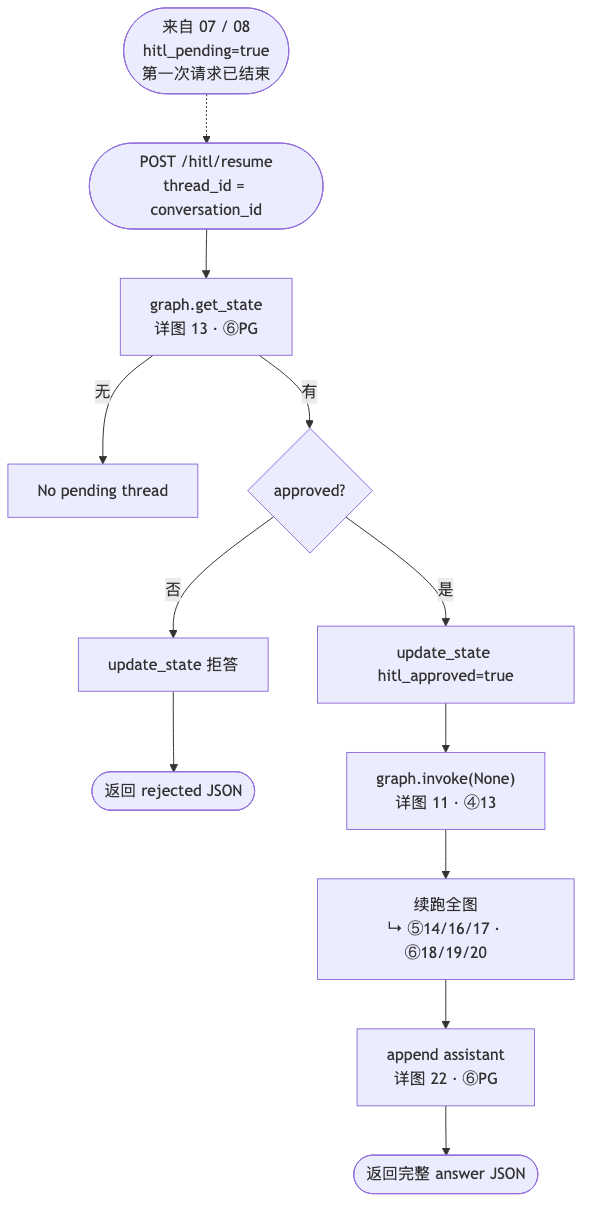
charlie-chann/ai-agent-langgraph-main keeps this Mermaid diagram as project_00_rag_agent/docs/diagrams/09_hitl_resume.png. Above is the earlier version. Its source is kept beside it as project_00_rag_agent/docs/diagrams/source/09_hitl_resume.mmd.
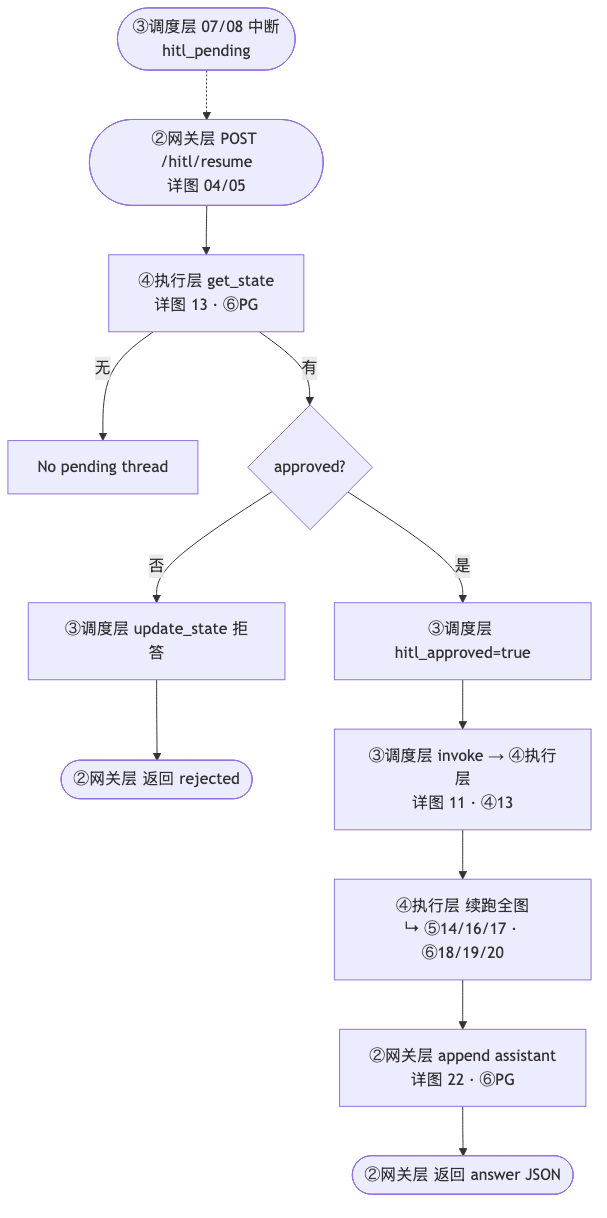
After the change.

The edit, as a diff of the source:
```diff
@@ -1,16 +1,16 @@
 flowchart TD
-    FROM(["来自 07 / 08<br/>hitl_pending=true<br/>第一次请求已结束"]) -.-> START
+    FROM(["③调度层 07/08 中断<br/>hitl_pending"]) -.-> START
 
-    START([POST /hitl/resume<br/>thread_id = conversation_id]) --> SNAP["graph.get_state<br/>详图 13 · ⑥PG"]
+    START(["②网关层 POST /hitl/resume<br/>详图 04/05"]) --> SNAP["④执行层 get_state<br/>详图 13 · ⑥PG"]
     SNAP -->|无| ERR[No pending thread]
     SNAP -->|有| APPROVE{approved?}
 
-    APPROVE -->|否| REJECT[update_state 拒答]
-    REJECT --> END1([返回 rejected JSON])
+    APPROVE -->|否| REJECT["③调度层 update_state 拒答"]
+    REJECT --> END1(["②网关层 返回 rejected"])
 
-    APPROVE -->|是| UPDATE[update_state hitl_approved=true]
-    UPDATE --> RESUME["graph.invoke(None)<br/>详图 11 · ④13"]
-    RESUME --> FLOW["续跑全图<br/>↳ ⑤14/16/17 · ⑥18/19/20"]
-    FLOW --> SAVE["append assistant<br/>详图 22 · ⑥PG"]
-    SAVE --> END2([返回完整 answer JSON])
+    APPROVE -->|是| UPDATE["③调度层 hitl_approved=true"]
+    UPDATE --> RESUME["③调度层 invoke → ④执行层<br/>详图 11 · ④13"]
+    RESUME --> FLOW["④执行层 续跑全图<br/>↳ ⑤14/16/17 · ⑥18/19/20"]
+    FLOW --> SAVE["②网关层 append assistant<br/>详图 22 · ⑥PG"]
+    SAVE --> END2(["②网关层 返回 answer JSON"])
 
```
